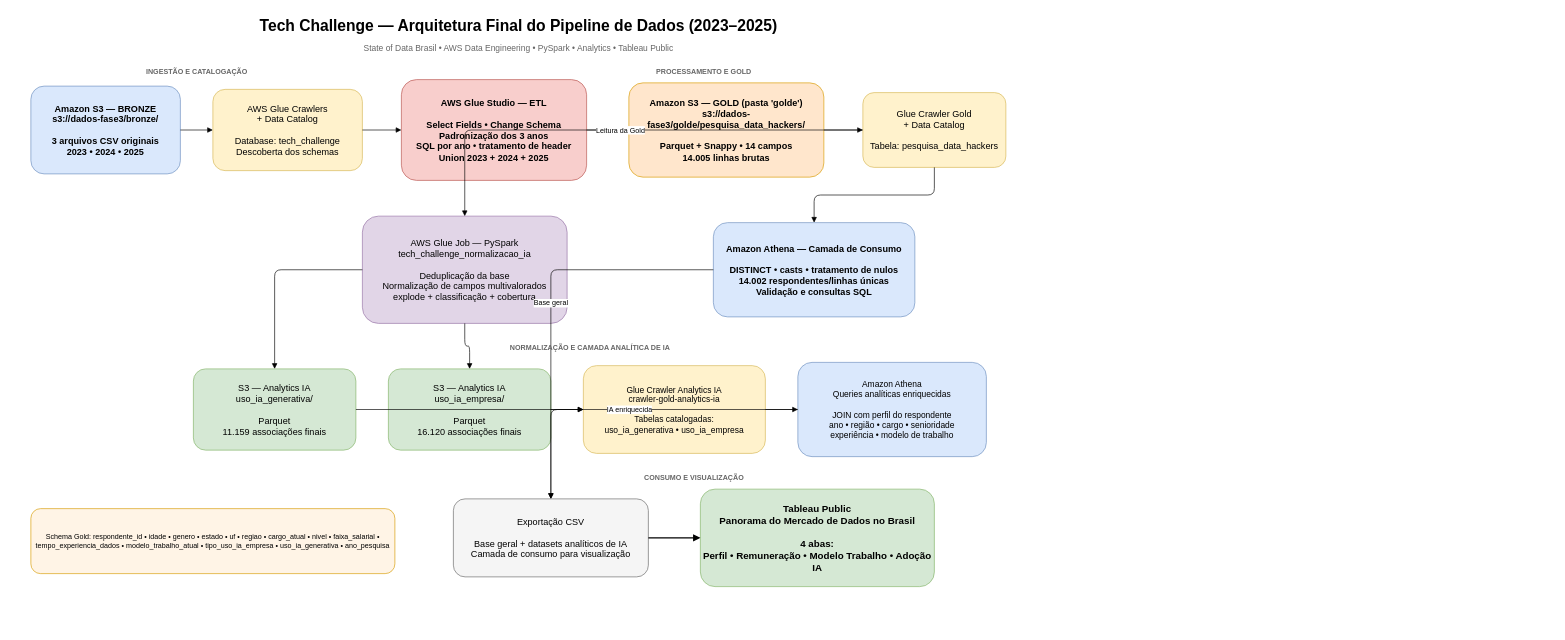
Above: architecture/arquitetura.drawio in rodrigoscalioni/tech-challenge-fase-3 (draw.io), before the change. Source tidied: cells renumbered, new cells numbered last; positions are measured from the earlier drawing's top-left corner, leaving out a move shared by most shapes. Both pictures are drawn from the tidied source at 65%, with x=0, y=0 at pixel (31, 11).
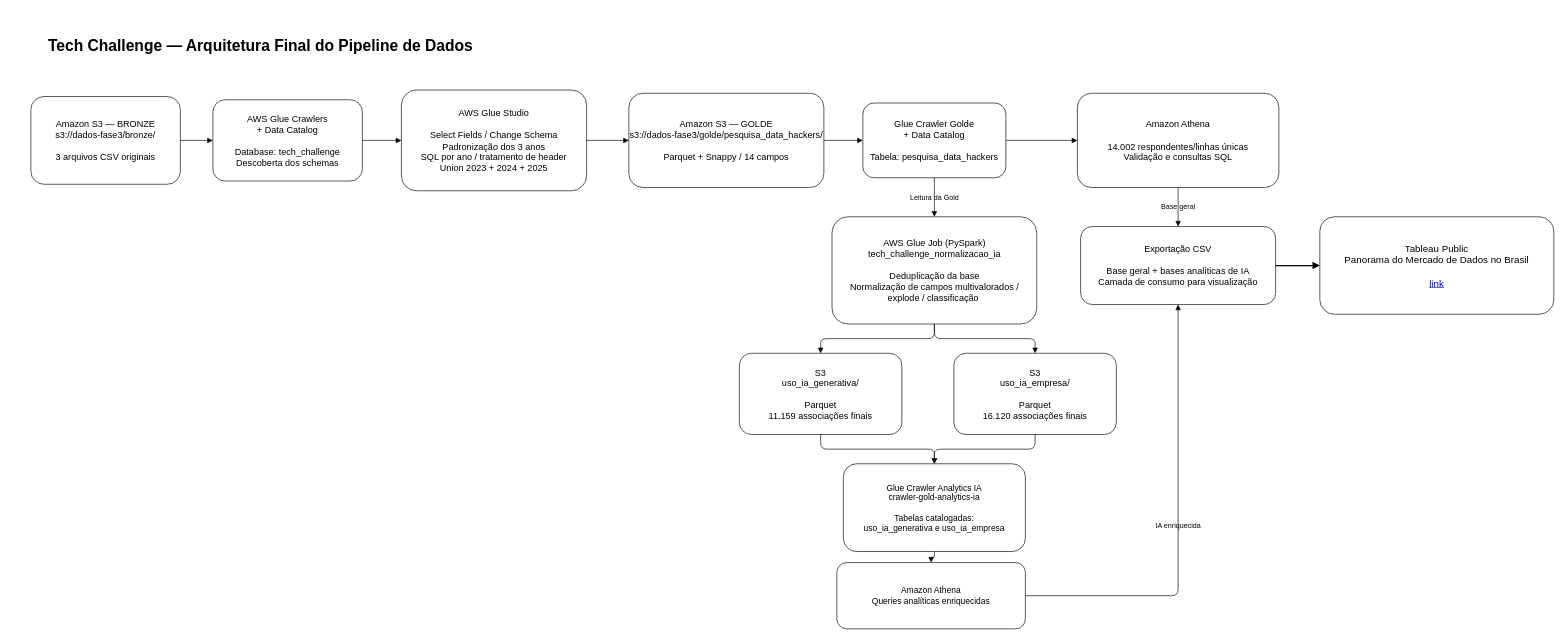
Above is the later version.

Commit message:
docs: atualiza layout da arquitetura

What changed in the source:
```diff
@@
-    <mxCell id="2" value="Tech Challenge — Arquitetura Final do Pipeline de Dados (2023–2025)" style="text;html=1;fontSize=24;fontStyle=1;align=center;verticalAlign=middle;" parent="1" vertex="1">
-      <mxGeometry x="250" width="1000" height="45" as="geometry" />
+    <mxCell id="2" value="Tech Challenge — Arquitetura Final do Pipeline de Dados" style="text;html=1;fontSize=24;fontStyle=1;align=center;verticalAlign=middle;labelBackgroundColor=none;" parent="1" vertex="1">
+      <mxGeometry x="-30" y="30" width="765" height="45" as="geometry" />
     </mxCell>
-    <mxCell id="3" value="State of Data Brasil • AWS Data Engineering • PySpark • Analytics • Tableau Public" style="text;html=1;fontSize=13;align=center;fontColor=#666666;" parent="1" vertex="1">
-      <mxGeometry x="370" y="42" width="760" height="30" as="geometry" />
-    </mxCell>
-    <mxCell id="4" value="Amazon S3 — BRONZE&#10;s3://dados-fase3/bronze/&#10;&#10;3 arquivos CSV originais&#10;2023 • 2024 • 2025" style="rounded=1;whiteSpace=wrap;html=1;fillColor=#dae8fc;strokeColor=#6c8ebf;fontSize=14;fontStyle=1;" parent="1" vertex="1">
-      <mxGeometry y="115" width="230" height="135" as="geometry" />
+    <mxCell id="4" value="&lt;span style=&quot;font-weight: normal;&quot;&gt;Amazon S3 — BRONZE&lt;br&gt;s3://dados-fase3/bronze/&lt;br&gt;&lt;br&gt;3 arquivos CSV originais&lt;/span&gt;" style="rounded=1;whiteSpace=wrap;html=1;fontSize=14;fontStyle=1;labelBackgroundColor=none;" parent="1" vertex="1">
+      <mxGeometry y="131" width="230" height="135" as="geometry" />
     </mxCell>
-    <mxCell id="5" value="AWS Glue Crawlers&#10;+ Data Catalog&#10;&#10;Database: tech_challenge&#10;Descoberta dos schemas" style="rounded=1;whiteSpace=wrap;html=1;fillColor=#fff2cc;strokeColor=#d6b656;fontSize=14;" parent="1" vertex="1">
-      <mxGeometry x="280" y="120" width="230" height="125" as="geometry" />
+    <mxCell id="5" value="AWS Glue Crawlers&#10;+ Data Catalog&#10;&#10;Database: tech_challenge&#10;Descoberta dos schemas" style="rounded=1;whiteSpace=wrap;html=1;fontSize=14;labelBackgroundColor=none;" parent="1" vertex="1">
+      <mxGeometry x="280" y="136" width="230" height="125" as="geometry" />
     </mxCell>
-    <mxCell id="6" value="AWS Glue Studio — ETL&#10;&#10;Select Fields • Change Schema&#10;Padronização dos 3 anos&#10;SQL por ano • tratamento de header&#10;Union 2023 + 2024 + 2025" style="rounded=1;whiteSpace=wrap;html=1;fillColor=#f8cecc;strokeColor=#b85450;fontSize=14;fontStyle=1;" parent="1" vertex="1">
-      <mxGeometry x="570" y="105" width="285" height="155" as="geometry" />
+    <mxCell id="6" value="&lt;span style=&quot;font-weight: normal;&quot;&gt;AWS Glue Studio&lt;br&gt;&lt;br&gt;Select Fields / Change Schema&lt;br&gt;Padronização dos 3 anos&lt;br&gt;SQL por ano / tratamento de header&lt;br&gt;Union 2023 + 2024 + 2025&lt;/span&gt;" style="rounded=1;whiteSpace=wrap;html=1;fontSize=14;fontStyle=1;labelBackgroundColor=none;" parent="1" vertex="1">
+      <mxGeometry x="570" y="121" width="285" height="155" as="geometry" />
     </mxCell>
-    <mxCell id="7" value="Amazon S3 — GOLD (pasta 'golde')&#10;s3://dados-fase3/golde/pesquisa_data_hackers/&#10;&#10;Parquet + Snappy • 14 campos&#10;14.005 linhas brutas" style="rounded=1;whiteSpace=wrap;html=1;fillColor=#ffe6cc;strokeColor=#d79b00;fontSize=14;fontStyle=1;" parent="1" vertex="1">
-      <mxGeometry x="920" y="110" width="300" height="145" as="geometry" />
+    <mxCell id="7" value="&lt;span style=&quot;font-weight: normal;&quot;&gt;Amazon S3 — GOLDE&lt;br&gt;s3://dados-fase3/golde/pesquisa_data_hackers/&lt;br&gt;&lt;br&gt;Parquet + Snappy / 14 campos&lt;br&gt;&lt;/span&gt;" style="rounded=1;whiteSpace=wrap;html=1;fontSize=14;fontStyle=1;labelBackgroundColor=none;" parent="1" vertex="1">
+      <mxGeometry x="920" y="126" width="300" height="145" as="geometry" />
     </mxCell>
-    <mxCell id="8" value="Glue Crawler Gold&#10;+ Data Catalog&#10;&#10;Tabela: pesquisa_data_hackers" style="rounded=1;whiteSpace=wrap;html=1;fillColor=#fff2cc;strokeColor=#d6b656;fontSize=14;" parent="1" vertex="1">
-      <mxGeometry x="1280" y="125" width="220" height="115" as="geometry" />
+    <mxCell id="8" value="Glue Crawler Golde&#10;+ Data Catalog&#10;&#10;Tabela: pesquisa_data_hackers" style="rounded=1;whiteSpace=wrap;html=1;fontSize=14;labelBackgroundColor=none;" parent="1" vertex="1">
+      <mxGeometry x="1280" y="141" width="220" height="115" as="geometry" />
     </mxCell>
-    <mxCell id="9" value="Amazon Athena — Camada de Consumo&#10;&#10;DISTINCT • casts • tratamento de nulos&#10;14.002 respondentes/linhas únicas&#10;Validação e consultas SQL" style="rounded=1;whiteSpace=wrap;html=1;fillColor=#dae8fc;strokeColor=#6c8ebf;fontSize=14;fontStyle=1;" parent="1" vertex="1">
-      <mxGeometry x="1050" y="325" width="310" height="145" as="geometry" />
+    <mxCell id="9" value="&lt;span style=&quot;font-weight: normal;&quot;&gt;Amazon Athena&lt;br&gt;&lt;br&gt;14.002 respondentes/linhas únicas&lt;br&gt;Validação e consultas SQL&lt;/span&gt;" style="rounded=1;whiteSpace=wrap;html=1;fontSize=14;fontStyle=1;labelBackgroundColor=none;" parent="1" vertex="1">
+      <mxGeometry x="1610" y="126" width="310" height="145" as="geometry" />
     </mxCell>
-    <mxCell id="10" value="AWS Glue Job — PySpark&#10;tech_challenge_normalizacao_ia&#10;&#10;Deduplicação da base&#10;Normalização de campos multivalorados&#10;explode + classificação + cobertura" style="rounded=1;whiteSpace=wrap;html=1;fillColor=#e1d5e7;strokeColor=#9673a6;fontSize=14;" parent="1" vertex="1">
-      <mxGeometry x="510" y="315" width="315" height="165" as="geometry" />
+    <mxCell id="10" value="&lt;span style=&quot;font-weight: normal;&quot;&gt;AWS Glue Job (PySpark)&lt;br&gt;tech_challenge_normalizacao_ia&lt;br&gt;&lt;br&gt;Deduplicação da base&lt;br&gt;Normalização de campos multivalorados /&lt;br&gt;explode / classificação&amp;nbsp;&lt;/span&gt;" style="rounded=1;whiteSpace=wrap;html=1;fontSize=14;fontStyle=1;labelBackgroundColor=none;" parent="1" vertex="1">
+      <mxGeometry x="1232.5" y="316" width="315" height="165" as="geometry" />
     </mxCell>
-    <mxCell id="11" value="S3 — Analytics IA&#10;uso_ia_generativa/&#10;&#10;Parquet&#10;11.159 associações finais" style="rounded=1;whiteSpace=wrap;html=1;fillColor=#d5e8d4;strokeColor=#82b366;fontSize=14;" parent="1" vertex="1">
-      <mxGeometry x="250" y="550" width="250" height="125" as="geometry" />
+    <mxCell id="11" value="S3&lt;br&gt;uso_ia_generativa/&lt;br&gt;&lt;br&gt;Parquet&lt;br&gt;11.159 associações finais" style="rounded=1;whiteSpace=wrap;html=1;fontSize=14;labelBackgroundColor=none;" parent="1" vertex="1">
+      <mxGeometry x="1090" y="526" width="250" height="125" as="geometry" />
     </mxCell>
-    <mxCell id="12" value="S3 — Analytics IA&#10;uso_ia_empresa/&#10;&#10;Parquet&#10;16.120 associações finais" style="rounded=1;whiteSpace=wrap;html=1;fillColor=#d5e8d4;strokeColor=#82b366;fontSize=14;" parent="1" vertex="1">
-      <mxGeometry x="550" y="550" width="250" height="125" as="geometry" />
+    <mxCell id="12" value="S3&lt;br&gt;uso_ia_empresa/&lt;br&gt;&lt;br&gt;Parquet&lt;br&gt;16.120 associações finais" style="rounded=1;whiteSpace=wrap;html=1;fontSize=14;labelBackgroundColor=none;" parent="1" vertex="1">
+      <mxGeometry x="1420" y="526" width="250" height="125" as="geometry" />
     </mxCell>
-    <mxCell id="13" value="Glue Crawler Analytics IA&#10;crawler-gold-analytics-ia&#10;&#10;Tabelas catalogadas:&#10;uso_ia_generativa • uso_ia_empresa" style="rounded=1;whiteSpace=wrap;html=1;fillColor=#fff2cc;strokeColor=#d6b656;fontSize=13;" parent="1" vertex="1">
-      <mxGeometry x="850" y="545" width="280" height="135" as="geometry" />
+    <mxCell id="13" value="Glue Crawler Analytics IA&lt;br&gt;crawler-gold-analytics-ia&lt;br&gt;&lt;br&gt;Tabelas catalogadas:&lt;br&gt;uso_ia_generativa e uso_ia_empresa" style="rounded=1;whiteSpace=wrap;html=1;fontSize=13;labelBackgroundColor=none;" parent="1" vertex="1">
+      <mxGeometry x="1250" y="696" width="280" height="135" as="geometry" />
     </mxCell>
-    <mxCell id="14" value="Amazon Athena&#10;Queries analíticas enriquecidas&#10;&#10;JOIN com perfil do respondente&#10;ano • região • cargo • senioridade&#10;experiência • modelo de trabalho" style="rounded=1;whiteSpace=wrap;html=1;fillColor=#dae8fc;strokeColor=#6c8ebf;fontSize=13;" parent="1" vertex="1">
-      <mxGeometry x="1180" y="540" width="290" height="145" as="geometry" />
+    <mxCell id="14" value="Amazon Athena&lt;br&gt;Queries analíticas enriquecidas" style="rounded=1;whiteSpace=wrap;html=1;fontSize=13;labelBackgroundColor=none;" parent="1" vertex="1">
+      <mxGeometry x="1240" y="848" width="290" height="102" as="geometry" />
     </mxCell>
-    <mxCell id="15" value="Exportação CSV&#10;&#10;Base geral + datasets analíticos de IA&#10;Camada de consumo para visualização" style="rounded=1;whiteSpace=wrap;html=1;fillColor=#f5f5f5;strokeColor=#666666;fontSize=14;" parent="1" vertex="1">
-      <mxGeometry x="650" y="750" width="300" height="120" as="geometry" />
+    <mxCell id="15" value="Exportação CSV&lt;br&gt;&lt;br&gt;Base geral + bases analíticas de IA&lt;br&gt;Camada de consumo para visualização" style="rounded=1;whiteSpace=wrap;html=1;fontSize=14;labelBackgroundColor=none;" parent="1" vertex="1">
+      <mxGeometry x="1615" y="331" width="300" height="120" as="geometry" />
     </mxCell>
-    <mxCell id="16" value="Tableau Public&#10;Panorama do Mercado de Dados no Brasil&#10;&#10;4 abas:&#10;Perfil • Remuneração • Modelo Trabalho • Adoção IA" style="rounded=1;whiteSpace=wrap;html=1;fillColor=#d5e8d4;strokeColor=#82b366;fontSize=15;fontStyle=1;" parent="1" vertex="1">
-      <mxGeometry x="1030" y="735" width="360" height="150" as="geometry" />
+    <mxCell id="16" value="&lt;span style=&quot;font-weight: normal;&quot;&gt;Tableau Public&lt;br&gt;Panorama do Mercado de Dados no Brasil&lt;br&gt;&lt;br&gt;&lt;a href=&quot;https://public.tableau.com/app/profile/rodrigo.ribeiro4866/viz/fase_3_tech_challenge/AdooIA&quot;&gt;link&lt;/a&gt;&lt;/span&gt;" style="rounded=1;whiteSpace=wrap;html=1;fontSize=15;fontStyle=1;labelBackgroundColor=none;" parent="1" vertex="1">
+      <mxGeometry x="1983" y="316" width="360" height="150" as="geometry" />
     </mxCell>
-    <mxCell id="17" value="Schema Gold: respondente_id • idade • genero • estado • uf • regiao • cargo_atual • nivel • faixa_salarial • tempo_experiencia_dados • modelo_trabalho_atual • tipo_uso_ia_empresa • uso_ia_generativa • ano_pesquisa" style="rounded=1;whiteSpace=wrap;html=1;fillColor=#fff4e6;strokeColor=#d79b00;fontSize=11;" parent="1" vertex="1">
-      <mxGeometry y="765" width="560" height="100" as="geometry" />
-    </mxCell>
-    <mxCell id="18" style="edgeStyle=orthogonalEdgeStyle;html=1;endArrow=block;" parent="1" edge="1" source="4" target="5">
+    <mxCell id="18" style="edgeStyle=orthogonalEdgeStyle;html=1;endArrow=block;labelBackgroundColor=none;fontColor=default;" parent="1" edge="1" source="4" target="5">
       <mxGeometry relative="1" as="geometry" />
     </mxCell>
-    <mxCell id="19" style="edgeStyle=orthogonalEdgeStyle;html=1;endArrow=block;" parent="1" edge="1" source="5" target="6">
+    <mxCell id="19" style="edgeStyle=orthogonalEdgeStyle;html=1;endArrow=block;labelBackgroundColor=none;fontColor=default;" parent="1" edge="1" source="5" target="6">
       <mxGeometry relative="1" as="geometry" />
     </mxCell>
-    <mxCell id="20" style="edgeStyle=orthogonalEdgeStyle;html=1;endArrow=block;" parent="1" edge="1" source="6" target="7">
+    <mxCell id="20" style="edgeStyle=orthogonalEdgeStyle;html=1;endArrow=block;labelBackgroundColor=none;fontColor=default;" parent="1" edge="1" source="6" target="7">
       <mxGeometry relative="1" as="geometry" />
     </mxCell>
-    <mxCell id="21" style="edgeStyle=orthogonalEdgeStyle;html=1;endArrow=block;" parent="1" edge="1" source="7" target="8">
+    <mxCell id="21" style="edgeStyle=orthogonalEdgeStyle;html=1;endArrow=block;labelBackgroundColor=none;fontColor=default;" parent="1" edge="1" source="7" target="8">
       <mxGeometry relative="1" as="geometry" />
     </mxCell>
-    <mxCell id="22" style="edgeStyle=orthogonalEdgeStyle;html=1;endArrow=block;" parent="1" edge="1" source="8" target="9">
+    <mxCell id="22" style="edgeStyle=orthogonalEdgeStyle;html=1;endArrow=block;labelBackgroundColor=none;fontColor=default;" parent="1" edge="1" source="8" target="9">
       <mxGeometry relative="1" as="geometry" />
     </mxCell>
-    <mxCell id="23" value="Leitura da Gold" style="edgeStyle=orthogonalEdgeStyle;html=1;endArrow=block;" parent="1" edge="1" source="8" target="10">
+    <mxCell id="23" value="Leitura da Gold" style="edgeStyle=orthogonalEdgeStyle;html=1;endArrow=block;labelBackgroundColor=none;fontColor=default;" parent="1" edge="1" source="8" target="10">
       <mxGeometry relative="1" as="geometry" />
     </mxCell>
-    <mxCell id="24" style="edgeStyle=orthogonalEdgeStyle;html=1;endArrow=block;" parent="1" edge="1" source="10" target="11">
+    <mxCell id="24" style="edgeStyle=orthogonalEdgeStyle;html=1;endArrow=block;labelBackgroundColor=none;fontColor=default;" parent="1" edge="1" source="10" target="11">
       <mxGeometry relative="1" as="geometry" />
     </mxCell>
-    <mxCell id="25" style="edgeStyle=orthogonalEdgeStyle;html=1;endArrow=block;" parent="1" edge="1" source="10" target="12">
+    <mxCell id="25" style="edgeStyle=orthogonalEdgeStyle;html=1;endArrow=block;labelBackgroundColor=none;fontColor=default;" parent="1" edge="1" source="10" target="12">
       <mxGeometry relative="1" as="geometry" />
     </mxCell>
-    <mxCell id="26" style="edgeStyle=orthogonalEdgeStyle;html=1;endArrow=block;" parent="1" edge="1" source="11" target="13">
+    <mxCell id="26" style="edgeStyle=orthogonalEdgeStyle;html=1;endArrow=block;labelBackgroundColor=none;fontColor=default;" parent="1" edge="1" source="11" target="13">
       <mxGeometry relative="1" as="geometry" />
     </mxCell>
-    <mxCell id="27" style="edgeStyle=orthogonalEdgeStyle;html=1;endArrow=block;" parent="1" edge="1" source="12" target="13">
+    <mxCell id="27" style="edgeStyle=orthogonalEdgeStyle;html=1;endArrow=block;labelBackgroundColor=none;fontColor=default;" parent="1" edge="1" source="12" target="13">
       <mxGeometry relative="1" as="geometry" />
     </mxCell>
-    <mxCell id="28" style="edgeStyle=orthogonalEdgeStyle;html=1;endArrow=block;" parent="1" edge="1" source="13" target="14">
+    <mxCell id="28" style="edgeStyle=orthogonalEdgeStyle;html=1;endArrow=block;labelBackgroundColor=none;fontColor=default;" parent="1" edge="1" source="13" target="14">
       <mxGeometry relative="1" as="geometry" />
     </mxCell>
-    <mxCell id="29" value="Base geral" style="edgeStyle=orthogonalEdgeStyle;html=1;endArrow=block;" parent="1" edge="1" source="9" target="15">
+    <mxCell id="29" value="Base geral" style="edgeStyle=orthogonalEdgeStyle;html=1;endArrow=block;labelBackgroundColor=none;fontColor=default;" parent="1" edge="1" source="9" target="15">
       <mxGeometry relative="1" as="geometry" />
     </mxCell>
-    <mxCell id="30" value="IA enriquecida" style="edgeStyle=orthogonalEdgeStyle;html=1;endArrow=block;" parent="1" edge="1" source="14" target="15">
+    <mxCell id="30" value="IA enriquecida" style="edgeStyle=orthogonalEdgeStyle;html=1;endArrow=block;labelBackgroundColor=none;fontColor=default;" parent="1" edge="1" source="14" target="15">
       <mxGeometry relative="1" as="geometry" />
     </mxCell>
-    <mxCell id="31" style="edgeStyle=orthogonalEdgeStyle;html=1;endArrow=block;strokeWidth=2;" parent="1" edge="1" source="15" target="16">
+    <mxCell id="31" style="edgeStyle=orthogonalEdgeStyle;html=1;endArrow=block;strokeWidth=2;labelBackgroundColor=none;fontColor=default;" parent="1" edge="1" source="15" target="16">
       <mxGeometry relative="1" as="geometry" />
     </mxCell>
-    <mxCell id="32" value="INGESTÃO E CATALOGAÇÃO" style="text;html=1;strokeColor=none;fillColor=none;fontSize=11;fontStyle=1;fontColor=#666666;align=center;" parent="1" vertex="1">
-      <mxGeometry y="80" width="510" height="25" as="geometry" />
-    </mxCell>
-    <mxCell id="33" value="PROCESSAMENTO E GOLD" style="text;html=1;strokeColor=none;fillColor=none;fontSize=11;fontStyle=1;fontColor=#666666;align=center;" parent="1" vertex="1">
-      <mxGeometry x="570" y="80" width="930" height="25" as="geometry" />
-    </mxCell>
-    <mxCell id="34" value="NORMALIZAÇÃO E CAMADA ANALÍTICA DE IA" style="text;html=1;strokeColor=none;fillColor=none;fontSize=11;fontStyle=1;fontColor=#666666;align=center;" parent="1" vertex="1">
-      <mxGeometry x="250" y="505" width="1220" height="25" as="geometry" />
-    </mxCell>
-    <mxCell id="35" value="CONSUMO E VISUALIZAÇÃO" style="text;html=1;strokeColor=none;fillColor=none;fontSize=11;fontStyle=1;fontColor=#666666;align=center;" parent="1" vertex="1">
-      <mxGeometry x="650" y="705" width="740" height="25" as="geometry" />
-    </mxCell>
```
